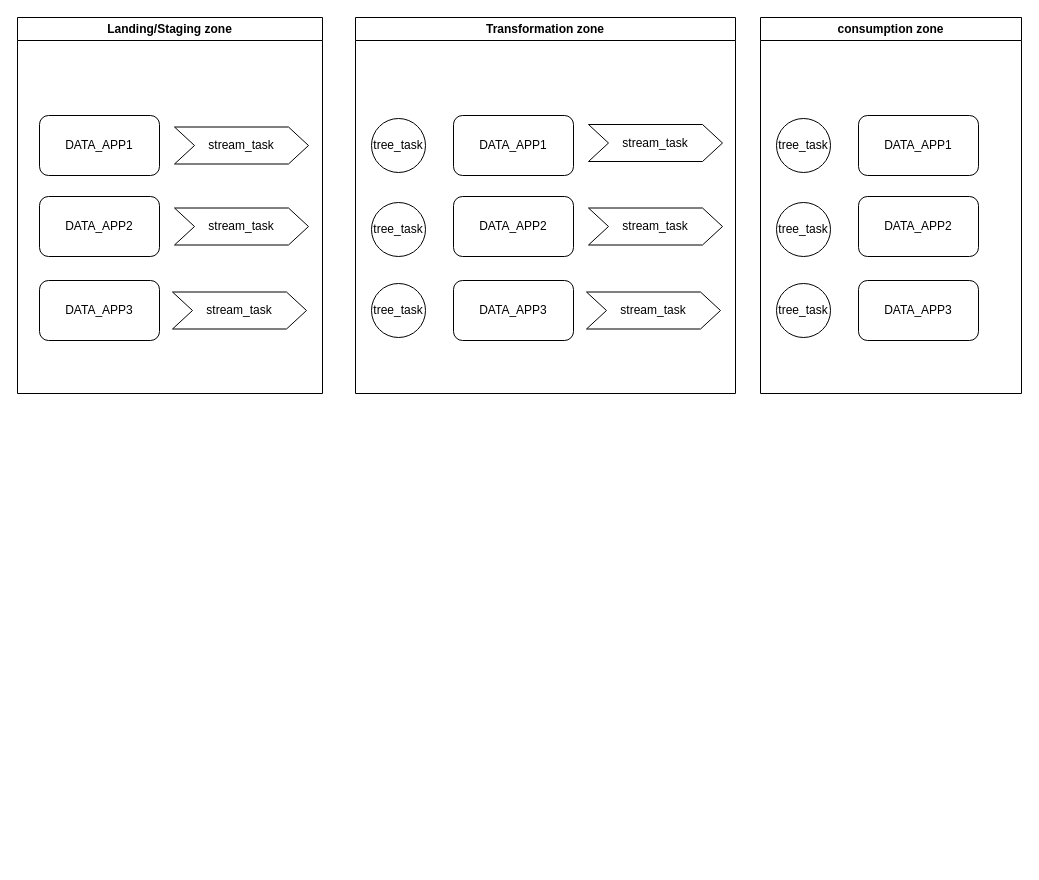
Earlier version of the draw.io diagram page "Page-2" (2 of 2) of Sketchs/Paynamic_Docs.drawio (DataTeamBP/MyDrawIO). Source tidied: cells renumbered, new cells numbered last; positions are measured from the earlier drawing's top-left corner, leaving out a move shared by most shapes. Both pictures are drawn from the tidied source at 100%, with x=0, y=0 at pixel (17, 17).
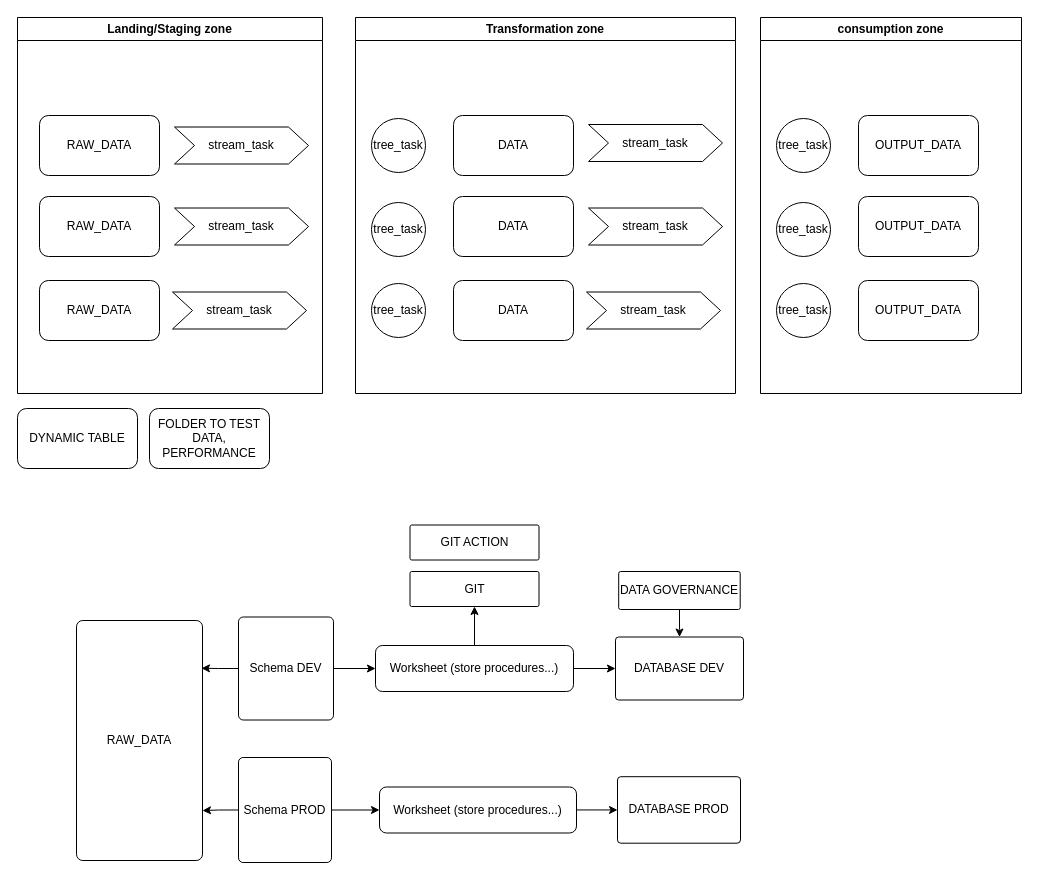
The same page after the edit.

Unchanged cells that the change refers to:
```xml
<mxCell id="2" value="Landing/Staging zone" style="swimlane;whiteSpace=wrap;html=1;" parent="1" vertex="1">
  <mxGeometry width="305" height="376" as="geometry" />
</mxCell>
<mxCell id="9" value="Transformation zone" style="swimlane;whiteSpace=wrap;html=1;" parent="1" vertex="1">
  <mxGeometry x="338" width="380" height="376" as="geometry" />
</mxCell>
<mxCell id="19" value="consumption zone" style="swimlane;whiteSpace=wrap;html=1;" parent="1" vertex="1">
  <mxGeometry x="743" width="261" height="376" as="geometry" />
</mxCell>
```

Change to the diagram source:
```diff
@@
-    <mxCell id="3" value="DATA_APP1" style="rounded=1;whiteSpace=wrap;html=1;" parent="2" vertex="1">
+    <mxCell id="3" value="RAW_DATA" style="rounded=1;whiteSpace=wrap;html=1;" parent="2" vertex="1">
       <mxGeometry x="22" y="98" width="120" height="60" as="geometry" />
     </mxCell>
-    <mxCell id="4" value="DATA_APP2" style="rounded=1;whiteSpace=wrap;html=1;" parent="2" vertex="1">
+    <mxCell id="4" value="RAW_DATA" style="rounded=1;whiteSpace=wrap;html=1;" parent="2" vertex="1">
       <mxGeometry x="22" y="179" width="120" height="60" as="geometry" />
     </mxCell>
-    <mxCell id="5" value="DATA_APP3" style="rounded=1;whiteSpace=wrap;html=1;" parent="2" vertex="1">
+    <mxCell id="5" value="RAW_DATA" style="rounded=1;whiteSpace=wrap;html=1;" parent="2" vertex="1">
       <mxGeometry x="22" y="263" width="120" height="60" as="geometry" />
     </mxCell>
@@
-    <mxCell id="10" value="DATA_APP1" style="rounded=1;whiteSpace=wrap;html=1;" parent="9" vertex="1">
+    <mxCell id="10" value="DATA" style="rounded=1;whiteSpace=wrap;html=1;" parent="9" vertex="1">
       <mxGeometry x="98" y="98" width="120" height="60" as="geometry" />
     </mxCell>
-    <mxCell id="11" value="DATA_APP2" style="rounded=1;whiteSpace=wrap;html=1;" parent="9" vertex="1">
+    <mxCell id="11" value="DATA" style="rounded=1;whiteSpace=wrap;html=1;" parent="9" vertex="1">
       <mxGeometry x="98" y="179" width="120" height="60" as="geometry" />
     </mxCell>
-    <mxCell id="12" value="DATA_APP3" style="rounded=1;whiteSpace=wrap;html=1;" parent="9" vertex="1">
+    <mxCell id="12" value="DATA" style="rounded=1;whiteSpace=wrap;html=1;" parent="9" vertex="1">
       <mxGeometry x="98" y="263" width="120" height="60" as="geometry" />
     </mxCell>
@@
-    <mxCell id="20" value="DATA_APP1" style="rounded=1;whiteSpace=wrap;html=1;" parent="19" vertex="1">
+    <mxCell id="20" value="OUTPUT_DATA" style="rounded=1;whiteSpace=wrap;html=1;" parent="19" vertex="1">
       <mxGeometry x="98" y="98" width="120" height="60" as="geometry" />
     </mxCell>
-    <mxCell id="21" value="DATA_APP2" style="rounded=1;whiteSpace=wrap;html=1;" parent="19" vertex="1">
+    <mxCell id="21" value="OUTPUT_DATA" style="rounded=1;whiteSpace=wrap;html=1;" parent="19" vertex="1">
       <mxGeometry x="98" y="179" width="120" height="60" as="geometry" />
     </mxCell>
-    <mxCell id="22" value="DATA_APP3" style="rounded=1;whiteSpace=wrap;html=1;" parent="19" vertex="1">
+    <mxCell id="22" value="OUTPUT_DATA" style="rounded=1;whiteSpace=wrap;html=1;" parent="19" vertex="1">
       <mxGeometry x="98" y="263" width="120" height="60" as="geometry" />
     </mxCell>
@@
+    <mxCell id="26" value="RAW_DATA" style="rounded=1;whiteSpace=wrap;html=1;arcSize=5;" parent="1" vertex="1">
+      <mxGeometry x="59" y="603" width="126" height="240" as="geometry" />
+    </mxCell>
+    <mxCell id="27" value="DATABASE DEV" style="rounded=1;whiteSpace=wrap;html=1;arcSize=5;" parent="1" vertex="1">
+      <mxGeometry x="598" y="619.5" width="128" height="63" as="geometry" />
+    </mxCell>
+    <mxCell id="28" style="edgeStyle=orthogonalEdgeStyle;rounded=0;jettySize=auto;html=1;" parent="1" edge="1" source="29" target="32">
+      <mxGeometry relative="1" as="geometry" />
+    </mxCell>
+    <mxCell id="29" value="Schema DEV" style="rounded=1;whiteSpace=wrap;html=1;arcSize=5;" parent="1" vertex="1">
+      <mxGeometry x="221" y="599.5" width="95" height="103" as="geometry" />
+    </mxCell>
+    <mxCell id="30" style="edgeStyle=orthogonalEdgeStyle;rounded=0;jettySize=auto;html=1;" parent="1" edge="1" source="32" target="39">
+      <mxGeometry relative="1" as="geometry" />
+    </mxCell>
+    <mxCell id="31" style="edgeStyle=orthogonalEdgeStyle;rounded=0;jettySize=auto;html=1;entryX=0;entryY=0.5;entryDx=0;entryDy=0;" parent="1" edge="1" source="32" target="27">
+      <mxGeometry relative="1" as="geometry" />
+    </mxCell>
+    <mxCell id="32" value="Worksheet (store procedures...)" style="rounded=1;whiteSpace=wrap;html=1;" parent="1" vertex="1">
+      <mxGeometry x="358" y="628" width="198" height="46" as="geometry" />
+    </mxCell>
+    <mxCell id="33" style="edgeStyle=orthogonalEdgeStyle;rounded=0;jettySize=auto;html=1;" parent="1" edge="1" source="34" target="36">
+      <mxGeometry relative="1" as="geometry" />
+    </mxCell>
+    <mxCell id="34" value="Schema PROD" style="rounded=1;whiteSpace=wrap;html=1;arcSize=5;" parent="1" vertex="1">
+      <mxGeometry x="221" y="740" width="93" height="105" as="geometry" />
+    </mxCell>
+    <mxCell id="35" style="edgeStyle=orthogonalEdgeStyle;rounded=0;jettySize=auto;html=1;entryX=0;entryY=0.5;entryDx=0;entryDy=0;" parent="1" edge="1" source="36" target="41">
+      <mxGeometry relative="1" as="geometry" />
+    </mxCell>
+    <mxCell id="36" value="Worksheet (store procedures...)" style="rounded=1;whiteSpace=wrap;html=1;" parent="1" vertex="1">
+      <mxGeometry x="362" y="769.5" width="197" height="46" as="geometry" />
+    </mxCell>
+    <mxCell id="37" style="edgeStyle=orthogonalEdgeStyle;rounded=0;jettySize=auto;html=1;entryX=0.5;entryY=0;entryDx=0;entryDy=0;" parent="1" edge="1" source="38" target="27">
+      <mxGeometry relative="1" as="geometry" />
+    </mxCell>
+    <mxCell id="38" value="DATA GOVERNANCE" style="rounded=1;whiteSpace=wrap;html=1;arcSize=5;" parent="1" vertex="1">
+      <mxGeometry x="601.2" y="554" width="121.5" height="38" as="geometry" />
+    </mxCell>
+    <mxCell id="39" value="GIT" style="rounded=1;whiteSpace=wrap;html=1;arcSize=5;" parent="1" vertex="1">
+      <mxGeometry x="392.5" y="554" width="129" height="35" as="geometry" />
+    </mxCell>
+    <mxCell id="40" value="GIT ACTION" style="rounded=1;whiteSpace=wrap;html=1;arcSize=5;" parent="1" vertex="1">
+      <mxGeometry x="392.5" y="507.5" width="129" height="35" as="geometry" />
+    </mxCell>
+    <mxCell id="41" value="DATABASE PROD" style="rounded=1;whiteSpace=wrap;html=1;arcSize=5;" parent="1" vertex="1">
+      <mxGeometry x="600" y="759.2" width="123" height="66.5" as="geometry" />
+    </mxCell>
+    <mxCell id="42" style="edgeStyle=orthogonalEdgeStyle;rounded=0;jettySize=auto;html=1;entryX=0.992;entryY=0.199;entryDx=0;entryDy=0;entryPerimeter=0;" parent="1" edge="1" source="29" target="26">
+      <mxGeometry relative="1" as="geometry" />
+    </mxCell>
+    <mxCell id="43" style="edgeStyle=orthogonalEdgeStyle;rounded=0;jettySize=auto;html=1;entryX=1;entryY=0.792;entryDx=0;entryDy=0;entryPerimeter=0;" parent="1" edge="1" source="34" target="26">
+      <mxGeometry relative="1" as="geometry" />
+    </mxCell>
+    <mxCell id="44" value="DYNAMIC TABLE" style="rounded=1;whiteSpace=wrap;html=1;" parent="1" vertex="1">
+      <mxGeometry y="391" width="120" height="60" as="geometry" />
+    </mxCell>
+    <mxCell id="45" value="FOLDER TO TEST DATA, PERFORMANCE" style="rounded=1;whiteSpace=wrap;html=1;" parent="1" vertex="1">
+      <mxGeometry x="132" y="391" width="120" height="60" as="geometry" />
+    </mxCell>
```
